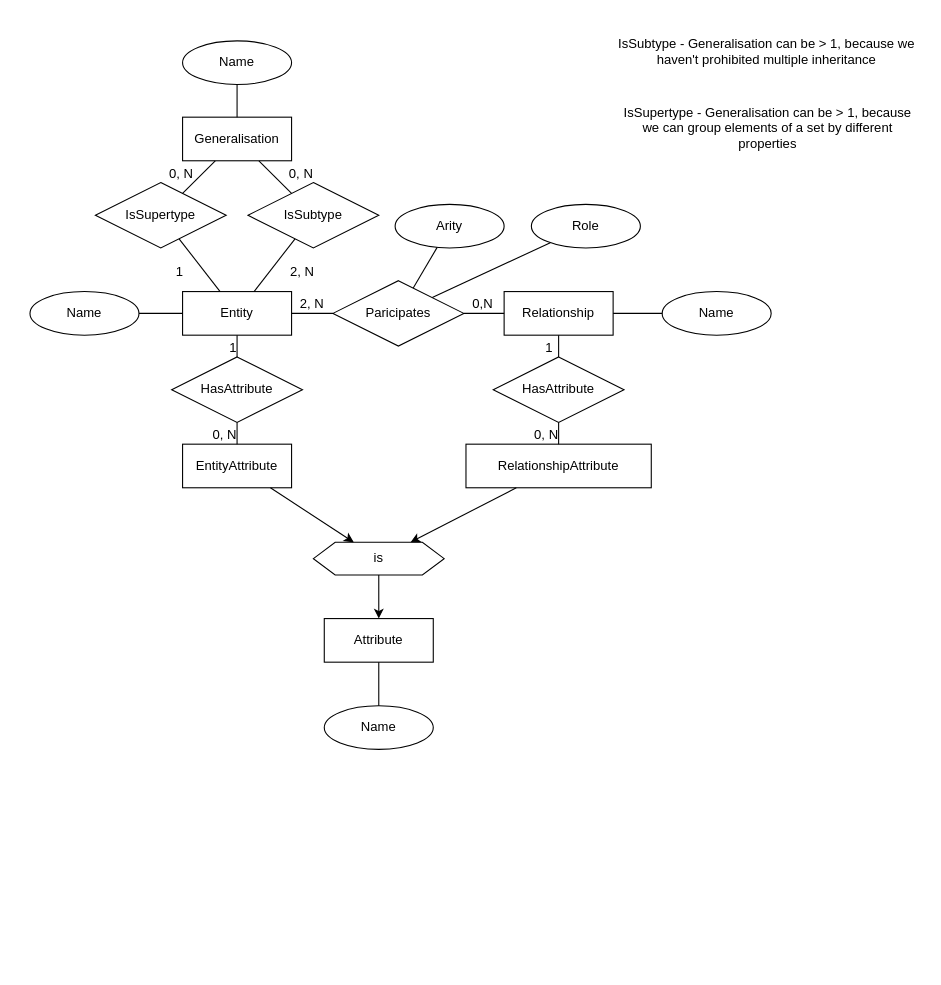
Earlier version of the draw.io diagram Practice 2/Zakirullin/practice2_3.drawio (kseniashilova/BD_B2019_PING_6). Source tidied: cells renumbered, new cells numbered last; positions are measured from the earlier drawing's top-left corner, leaving out a move shared by most shapes. Both pictures are drawn from the tidied source at 109%, with x=0, y=0 at pixel (29, 19).
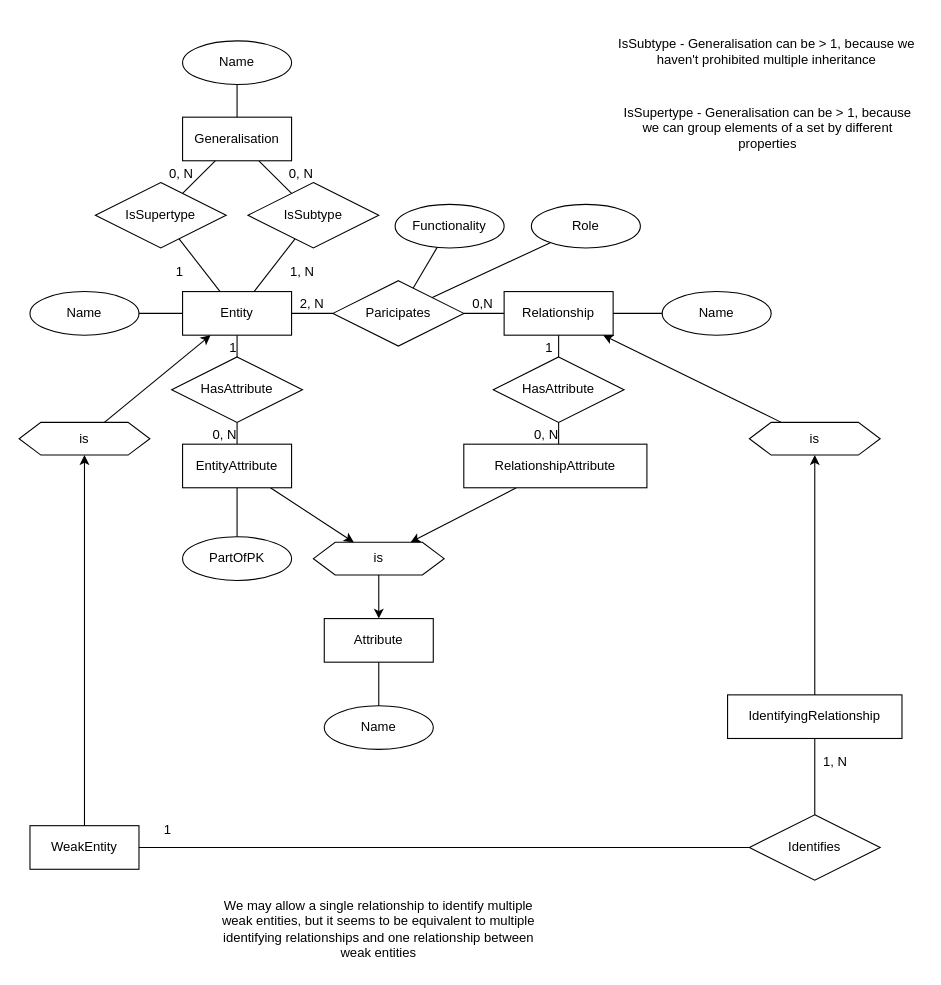
Above is the later version.

Commit message (it also covers changes not shown here):
Practice 2: task 3: model primary keys and weak entities

`Identifies` relationship corresponds to a `Participates` relation (ER
doesn't seem to allow to generalize relationships).

Table `IdentifyingRelationships` will have 3 foreign keys to enforce
this constraint:
 * `id`–`Relationship.id`
 * `identifiee`–`WeakEntity.id`
 * `(id, identifiee)`–`Participations.(relationshipId, entityId)`

The change refers to these unchanged cells:
```xml
<mxCell id="2" value="Entity" style="whiteSpace=wrap;html=1;align=center;" parent="1" vertex="1">
  <mxGeometry x="140" y="250" width="100" height="40" as="geometry" />
</mxCell>
<mxCell id="3" value="Relationship" style="whiteSpace=wrap;html=1;align=center;" parent="1" vertex="1">
  <mxGeometry x="435" y="250" width="100" height="40" as="geometry" />
</mxCell>
<mxCell id="5" value="is" style="shape=hexagon;perimeter=hexagonPerimeter2;whiteSpace=wrap;html=1;fixedSize=1;" parent="1" vertex="1">
  <mxGeometry x="260" y="480" width="120" height="30" as="geometry" />
</mxCell>
<mxCell id="20" value="HasAttribute" style="shape=rhombus;perimeter=rhombusPerimeter;whiteSpace=wrap;html=1;align=center;" parent="1" vertex="1">
  <mxGeometry x="425" y="310" width="120" height="60" as="geometry" />
</mxCell>
<mxCell id="47" style="endArrow=none;html=1;rounded=0;" parent="1" edge="1" source="15" target="2">
  <mxGeometry relative="1" as="geometry" />
</mxCell>
```

The edit, as a diff of the source:
```diff
@@
-    <mxCell id="6" value="EntityAttribute" style="whiteSpace=wrap;html=1;align=center;" parent="1" vertex="1">
-      <mxGeometry x="140" y="390" width="100" height="40" as="geometry" />
-    </mxCell>
-    <mxCell id="7" value="RelationshipAttribute" style="whiteSpace=wrap;html=1;align=center;" parent="1" vertex="1">
-      <mxGeometry x="400" y="390" width="170" height="40" as="geometry" />
-    </mxCell>
@@
-    <mxCell id="10" style="endArrow=classic;html=1;" parent="1" edge="1" source="6" target="5">
-      <mxGeometry relative="1" as="geometry" />
+    <mxCell id="10" style="endArrow=classic;html=1;" parent="1" edge="1" target="5">
+      <mxGeometry relative="1" as="geometry">
+        <mxPoint x="220.6" y="430" as="sourcePoint" />
+      </mxGeometry>
     </mxCell>
-    <mxCell id="11" style="endArrow=classic;html=1;" parent="1" edge="1" source="7" target="5">
-      <mxGeometry relative="1" as="geometry" />
+    <mxCell id="11" style="endArrow=classic;html=1;" parent="1" edge="1" target="5">
+      <mxGeometry relative="1" as="geometry">
+        <mxPoint x="446.2" y="430" as="sourcePoint" />
+      </mxGeometry>
     </mxCell>
@@
-    <mxCell id="17" value="Arity" style="ellipse;whiteSpace=wrap;html=1;align=center;" parent="1" vertex="1">
+    <mxCell id="17" value="Functionality" style="ellipse;whiteSpace=wrap;html=1;align=center;" parent="1" vertex="1">
       <mxGeometry x="335" y="170" width="100" height="40" as="geometry" />
     </mxCell>
@@
-    <mxCell id="19" value="HasAttribute" style="shape=rhombus;perimeter=rhombusPerimeter;whiteSpace=wrap;html=1;align=center;" parent="1" vertex="1">
+    <mxCell id="19" value="HasAttribute" style="shape=rhombus;perimeter=rhombusPerimeter;whiteSpace=wrap;html=1;align=center;double=0;" parent="1" vertex="1">
       <mxGeometry x="130" y="310" width="120" height="60" as="geometry" />
     </mxCell>
@@
-    <mxCell id="31" style="endArrow=none;html=1;rounded=0;endFill=0;startArrow=none;startFill=0;" parent="1" edge="1" source="6" target="19">
-      <mxGeometry relative="1" as="geometry" />
+    <mxCell id="31" style="endArrow=none;html=1;rounded=0;endFill=0;startArrow=none;startFill=0;" parent="1" edge="1" target="19">
+      <mxGeometry relative="1" as="geometry">
+        <mxPoint x="190" y="390" as="sourcePoint" />
+      </mxGeometry>
     </mxCell>
@@
-    <mxCell id="39" style="endArrow=none;html=1;rounded=0;" parent="1" edge="1" source="20" target="7">
-      <mxGeometry relative="1" as="geometry" />
+    <mxCell id="39" style="endArrow=none;html=1;rounded=0;" parent="1" edge="1" source="20">
+      <mxGeometry relative="1" as="geometry">
+        <mxPoint x="485" y="390" as="targetPoint" />
+      </mxGeometry>
     </mxCell>
@@
-    <mxCell id="48" value="2, N" style="html=1;align=right;verticalAlign=bottom;" parent="47" vertex="1">
+    <mxCell id="48" value="1, N" style="html=1;align=right;verticalAlign=bottom;" parent="47" vertex="1">
       <mxGeometry x="1" relative="1" as="geometry">
         <mxPoint x="55" y="-10" as="offset" />
       </mxGeometry>
     </mxCell>
@@
+    <mxCell id="51" value="PartOfPK" style="ellipse;whiteSpace=wrap;html=1;align=center;" parent="1" vertex="1">
+      <mxGeometry x="140" y="475" width="100" height="40" as="geometry" />
+    </mxCell>
+    <mxCell id="52" style="endArrow=none;html=1;rounded=0;" parent="1" edge="1" target="51">
+      <mxGeometry relative="1" as="geometry">
+        <mxPoint x="190" y="430" as="sourcePoint" />
+      </mxGeometry>
+    </mxCell>
+    <mxCell id="6" value="EntityAttribute" style="shape=ext;margin=3;double=0;whiteSpace=wrap;html=1;align=center;" parent="1" vertex="1">
+      <mxGeometry x="140" y="390" width="100" height="40" as="geometry" />
+    </mxCell>
+    <mxCell id="7" value="RelationshipAttribute" style="shape=ext;margin=3;double=0;whiteSpace=wrap;html=1;align=center;" parent="1" vertex="1">
+      <mxGeometry x="398" y="390" width="168" height="40" as="geometry" />
+    </mxCell>
+    <mxCell id="53" value="is" style="shape=hexagon;perimeter=hexagonPerimeter2;whiteSpace=wrap;html=1;fixedSize=1;" parent="1" vertex="1">
+      <mxGeometry x="-10" y="370" width="120" height="30" as="geometry" />
+    </mxCell>
+    <mxCell id="54" value="WeakEntity" style="shape=ext;margin=3;double=0;whiteSpace=wrap;html=1;align=center;" parent="1" vertex="1">
+      <mxGeometry y="740" width="100" height="40" as="geometry" />
+    </mxCell>
+    <mxCell id="55" style="endArrow=classic;html=1;" parent="1" edge="1" source="53" target="2">
+      <mxGeometry relative="1" as="geometry" />
+    </mxCell>
+    <mxCell id="56" style="endArrow=classic;html=1;" parent="1" edge="1" source="54" target="53">
+      <mxGeometry relative="1" as="geometry" />
+    </mxCell>
+    <mxCell id="57" value="Identifies" style="shape=rhombus;perimeter=rhombusPerimeter;whiteSpace=wrap;html=1;align=center;" parent="1" vertex="1">
+      <mxGeometry x="660" y="730" width="120" height="60" as="geometry" />
+    </mxCell>
+    <mxCell id="58" style="endArrow=none;html=1;rounded=0;" parent="1" edge="1" source="57" target="54">
+      <mxGeometry relative="1" as="geometry" />
+    </mxCell>
+    <mxCell id="59" value="1" style="html=1;align=right;verticalAlign=bottom;" parent="58" vertex="1">
+      <mxGeometry x="1" relative="1" as="geometry">
+        <mxPoint x="30" y="-8" as="offset" />
+      </mxGeometry>
+    </mxCell>
+    <mxCell id="60" value="IdentifyingRelationship" style="shape=ext;margin=3;double=0;whiteSpace=wrap;html=1;align=center;" parent="1" vertex="1">
+      <mxGeometry x="640" y="620" width="160" height="40" as="geometry" />
+    </mxCell>
+    <mxCell id="61" value="is" style="shape=hexagon;perimeter=hexagonPerimeter2;whiteSpace=wrap;html=1;fixedSize=1;" parent="1" vertex="1">
+      <mxGeometry x="660" y="370" width="120" height="30" as="geometry" />
+    </mxCell>
+    <mxCell id="62" style="endArrow=classic;html=1;" parent="1" edge="1" source="61" target="3">
+      <mxGeometry relative="1" as="geometry" />
+    </mxCell>
+    <mxCell id="63" style="endArrow=classic;html=1;" parent="1" edge="1" source="60" target="61">
+      <mxGeometry relative="1" as="geometry" />
+    </mxCell>
+    <mxCell id="64" style="endArrow=none;html=1;rounded=0;" parent="1" edge="1" source="57" target="60">
+      <mxGeometry relative="1" as="geometry" />
+    </mxCell>
+    <mxCell id="65" value="1, N" style="html=1;align=right;verticalAlign=bottom;" parent="64" vertex="1">
+      <mxGeometry x="1" relative="1" as="geometry">
+        <mxPoint x="30" y="30" as="offset" />
+      </mxGeometry>
+    </mxCell>
+    <mxCell id="66" value="We may allow a single relationship to identify multiple weak entities, but it seems to be equivalent to multiple identifying relationships and one relationship between weak entities" style="text;html=1;strokeColor=none;fillColor=none;align=center;verticalAlign=middle;whiteSpace=wrap;rounded=0;" parent="1" vertex="1">
+      <mxGeometry x="170" y="800" width="300" height="70" as="geometry" />
+    </mxCell>
```
